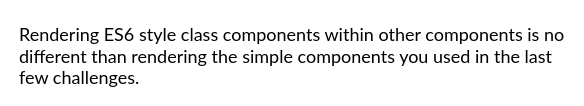
This is page "03-3 composition with ES6 class" (8 of 23) of Diagram.drawio from f2xiao/learn-react, a draw.io file, before an edit. Source tidied: cells renumbered, new cells numbered last; positions are measured from the earlier drawing's top-left corner, leaving out a move shared by most shapes. Both pictures are drawn from the tidied source at 100%, with x=0, y=0 at pixel (17, 17).
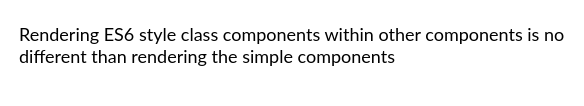
The same diagram, later.

The edit, as a diff of the source:
```diff
@@
 <mxGraphModel>
   <root>
     <mxCell id="0" />
     <mxCell id="1" parent="0" />
-    <mxCell id="2" value="&lt;span style=&quot;font-family: Lato, sans-serif; font-size: 18px; font-style: normal; font-variant-ligatures: normal; font-variant-caps: normal; font-weight: 400; letter-spacing: normal; orphans: 2; text-align: start; text-indent: 0px; text-transform: none; widows: 2; word-spacing: 0px; -webkit-text-stroke-width: 0px; text-decoration-thickness: initial; text-decoration-style: initial; text-decoration-color: initial; float: none; background-color: rgb(255, 255, 255); display: inline !important;&quot;&gt;Rendering ES6 style class components within other components is no different than rendering the simple components you used in the last few challenges.&amp;nbsp;&lt;/span&gt;" style="text;whiteSpace=wrap;html=1;fontColor=#000000;" parent="1" vertex="1">
+    <mxCell id="2" value="&lt;span style=&quot;font-family: Lato, sans-serif; font-size: 18px; font-style: normal; font-variant-ligatures: normal; font-variant-caps: normal; font-weight: 400; letter-spacing: normal; orphans: 2; text-align: start; text-indent: 0px; text-transform: none; widows: 2; word-spacing: 0px; -webkit-text-stroke-width: 0px; text-decoration-thickness: initial; text-decoration-style: initial; text-decoration-color: initial; float: none; background-color: rgb(255, 255, 255); display: inline !important;&quot;&gt;Rendering ES6 style class components within other components is no different than rendering the simple components&lt;/span&gt;" style="text;whiteSpace=wrap;html=1;fontColor=#000000;" parent="1" vertex="1">
       <mxGeometry width="550" height="60" as="geometry" />
     </mxCell>
   </root>
 </mxGraphModel>
```
